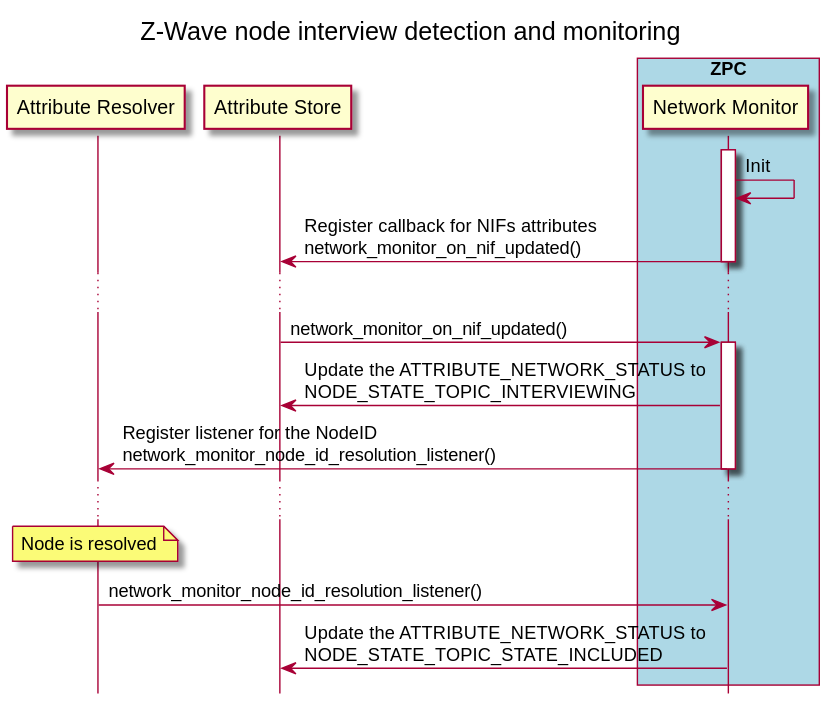
Earlier version of the PlantUML export docs/doxygen_zpc/inline_umlgraph_2.svg (SiliconLabs/UnifySDK).
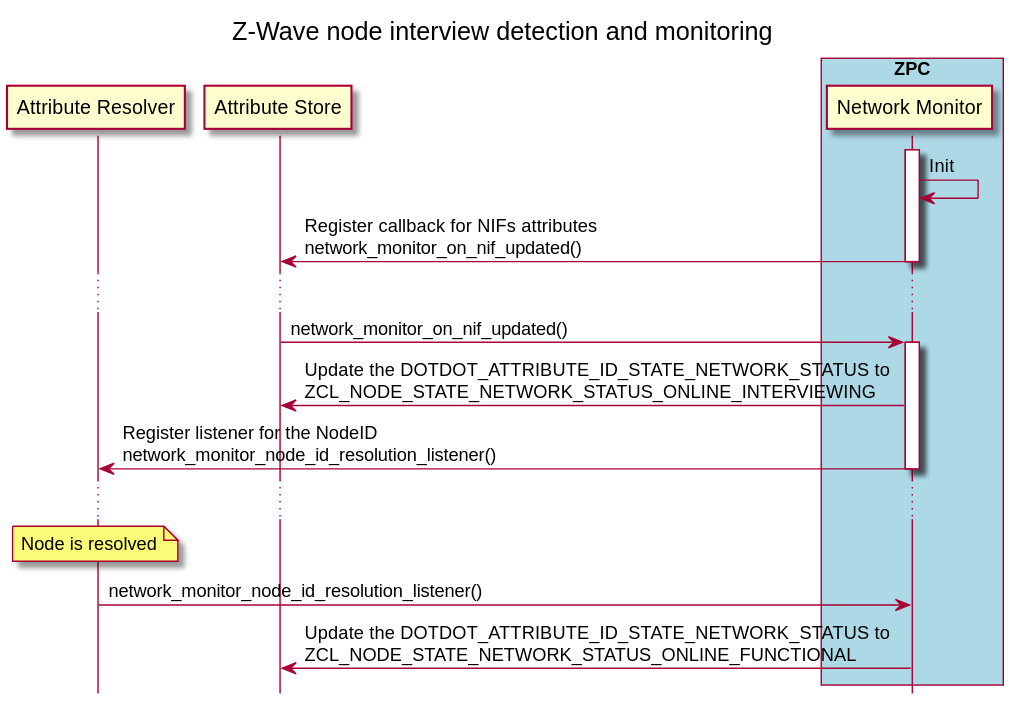
Above is the later version.

Diff of the diagram source:
```diff
@@ -14,11 +14,11 @@
   ...
   AttributeStore        -> NetworkMonitor       : network_monitor_on_nif_updated()
   activate NetworkMonitor
-  NetworkMonitor        -> AttributeStore       : Update the ATTRIBUTE_NETWORK_STATUS to \nNODE_STATE_TOPIC_INTERVIEWING
+  NetworkMonitor        -> AttributeStore       : Update the DOTDOT_ATTRIBUTE_ID_STATE_NETWORK_STATUS to \nZCL_NODE_STATE_NETWORK_STATUS_ONLINE_INTERVIEWING
   NetworkMonitor        -> AttributeResolver    : Register listener for the NodeID\nnetwork_monitor_node_id_resolution_listener()
   deactivate NetworkMonitor
   ...
   note over AttributeResolver: Node is resolved
   AttributeResolver     -> NetworkMonitor       : network_monitor_node_id_resolution_listener()
-  NetworkMonitor        -> AttributeStore       : Update the ATTRIBUTE_NETWORK_STATUS to \nNODE_STATE_TOPIC_STATE_INCLUDED
+  NetworkMonitor        -> AttributeStore       : Update the DOTDOT_ATTRIBUTE_ID_STATE_NETWORK_STATUS to \nZCL_NODE_STATE_NETWORK_STATUS_ONLINE_FUNCTIONAL
 @enduml
```
